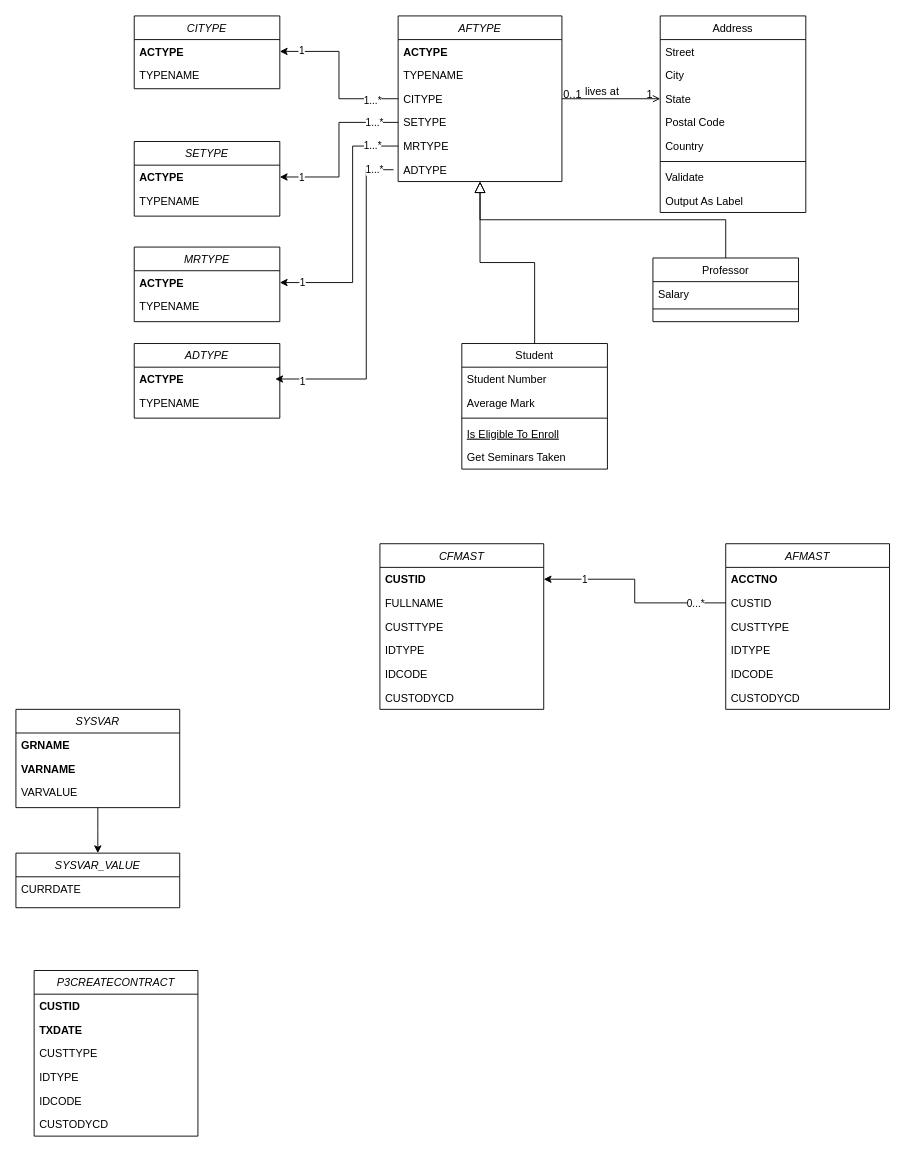
luyenhaidangit/business keeps this draw.io diagram as page "Page-1" (1 of 2) of Biểu đồ không có tiêu đề.drawio. Above is the earlier version. Source tidied: cells renumbered, new cells numbered last; positions are measured from the earlier drawing's top-left corner, leaving out a move shared by most shapes. Both pictures are drawn from the tidied source at 91%, with x=0, y=0 at pixel (15, 15).
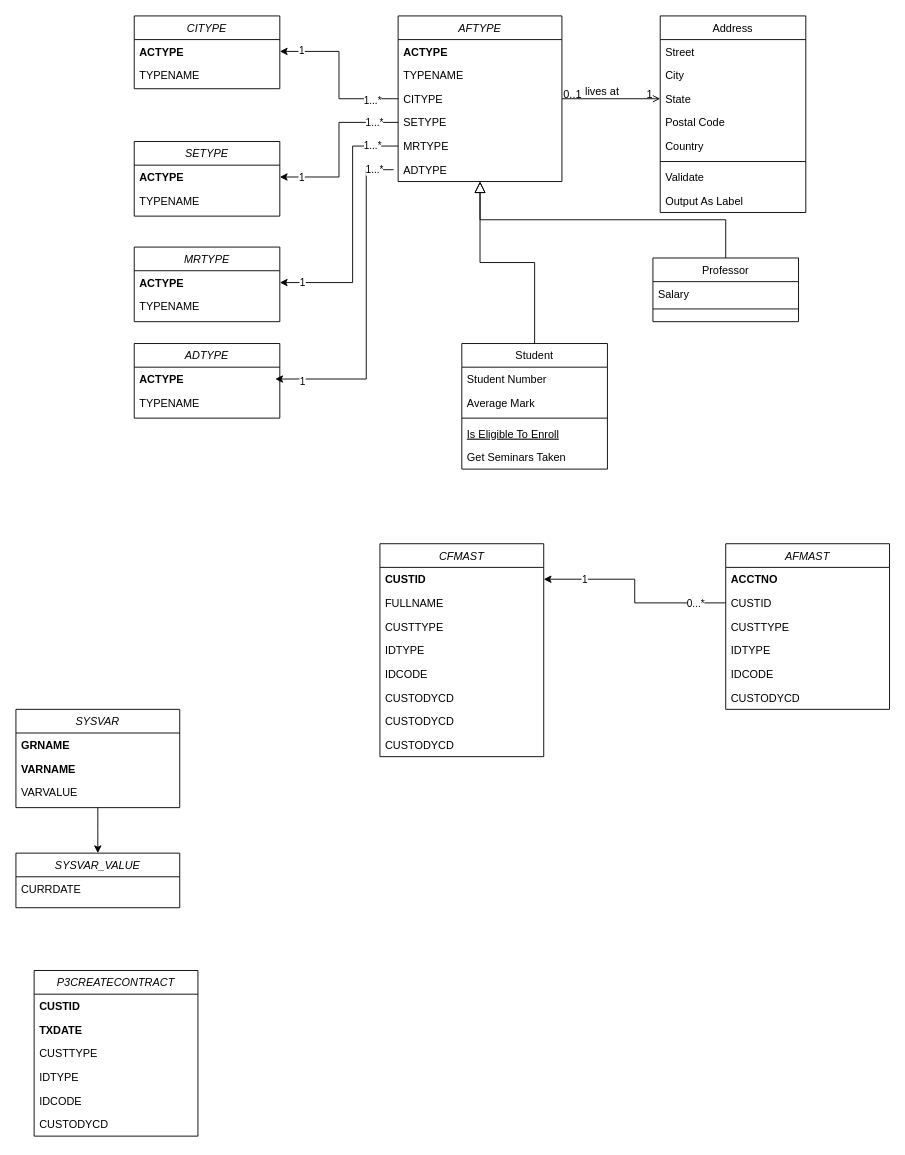
Above is the later version.

Commit message:
Cập nhật Biểu đồ không có tiêu đề.drawio

The edit, as a diff of the source:
```diff
@@
     <mxCell id="57" value="CFMAST" style="swimlane;fontStyle=2;align=center;verticalAlign=top;horizontal=1;startSize=26;rounded=0;shadow=0;strokeWidth=1;" parent="1" vertex="1">
-      <mxGeometry x="400" y="580" width="180" height="182" as="geometry" />
+      <mxGeometry x="400" y="580" width="180" height="234" as="geometry" />
     </mxCell>
@@
+    <mxCell id="88" value="CUSTODYCD" style="text;align=left;verticalAlign=top;spacingLeft=4;spacingRight=4;overflow=hidden;rounded=0;shadow=0;html=0;" parent="57" vertex="1">
+      <mxGeometry y="182" width="180" height="26" as="geometry" />
+    </mxCell>
+    <mxCell id="89" value="CUSTODYCD" style="text;align=left;verticalAlign=top;spacingLeft=4;spacingRight=4;overflow=hidden;rounded=0;shadow=0;html=0;" parent="57" vertex="1">
+      <mxGeometry y="208" width="180" height="26" as="geometry" />
+    </mxCell>
```
